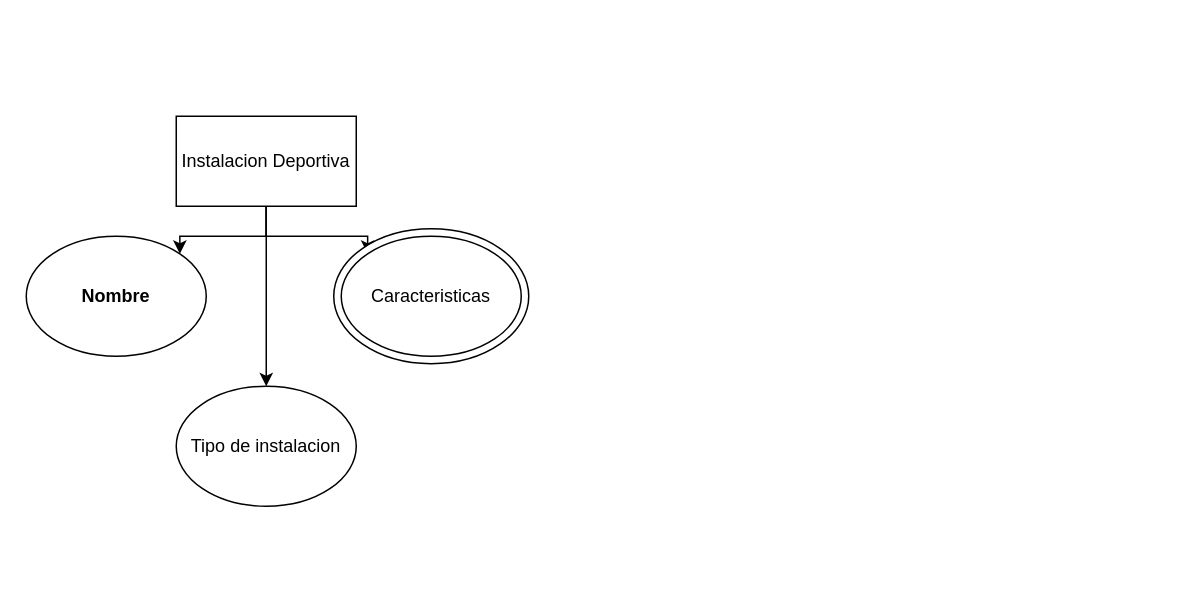
The draw.io diagram reservaInstalacionesDeportivas.drawio in jhosebro/Bases-de-datos, before the edit. Source tidied: cells renumbered, new cells numbered last; positions are measured from the earlier drawing's top-left corner, leaving out a move shared by most shapes. Both pictures are drawn from the tidied source at 150%, with x=0, y=0 at pixel (26, 116).
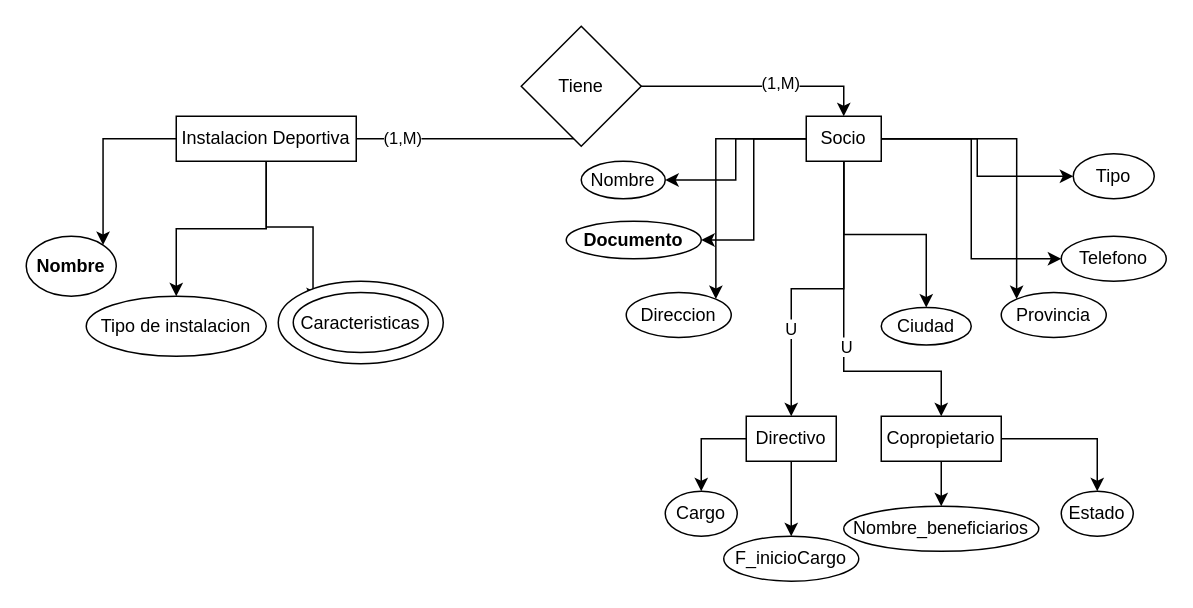
The same diagram, later.

What changed in the source:
```diff
@@
+    <mxCell id="10" style="edgeStyle=orthogonalEdgeStyle;rounded=0;jettySize=auto;html=1;entryX=0.5;entryY=0;entryDx=0;entryDy=0;" parent="1" edge="1" source="5" target="24">
+      <mxGeometry relative="1" as="geometry" />
+    </mxCell>
+    <mxCell id="11" value="(1,M)" style="edgeLabel;html=1;align=center;verticalAlign=middle;" parent="10" vertex="1">
+      <mxGeometry x="0.67" y="3" relative="1" as="geometry" />
+    </mxCell>
+    <mxCell id="12" value="(1,M)" style="edgeLabel;html=1;align=center;verticalAlign=middle;" parent="10" vertex="1">
+      <mxGeometry x="-0.84" y="1" relative="1" as="geometry" />
+    </mxCell>
     <mxCell id="5" value="Instalacion Deportiva" style="rounded=0;whiteSpace=wrap;html=1;" parent="1" vertex="1">
-      <mxGeometry x="100" width="120" height="60" as="geometry" />
+      <mxGeometry x="100" width="120" height="30" as="geometry" />
     </mxCell>
     <mxCell id="6" value="&lt;b&gt;Nombre&lt;/b&gt;" style="ellipse;whiteSpace=wrap;html=1;" parent="1" vertex="1">
-      <mxGeometry y="80" width="120" height="80" as="geometry" />
+      <mxGeometry y="80" width="60" height="40" as="geometry" />
     </mxCell>
     <mxCell id="7" value="Tipo de instalacion" style="ellipse;whiteSpace=wrap;html=1;" parent="1" vertex="1">
-      <mxGeometry x="100" y="180" width="120" height="80" as="geometry" />
+      <mxGeometry x="40" y="120" width="120" height="40" as="geometry" />
     </mxCell>
     <mxCell id="8" style="ellipse;whiteSpace=wrap;html=1;" parent="1" vertex="1">
-      <mxGeometry x="205" y="75" width="130" height="90" as="geometry" />
+      <mxGeometry x="168" y="110" width="110" height="55" as="geometry" />
     </mxCell>
     <mxCell id="9" value="Caracteristicas" style="ellipse;whiteSpace=wrap;html=1;" parent="1" vertex="1">
-      <mxGeometry x="210" y="80" width="120" height="80" as="geometry" />
+      <mxGeometry x="178" y="117.5" width="90" height="40" as="geometry" />
     </mxCell>
+    <mxCell id="13" style="edgeStyle=orthogonalEdgeStyle;rounded=0;jettySize=auto;html=1;entryX=1;entryY=0.5;entryDx=0;entryDy=0;" parent="1" edge="1" source="24" target="30">
+      <mxGeometry relative="1" as="geometry" />
+    </mxCell>
+    <mxCell id="14" style="edgeStyle=orthogonalEdgeStyle;rounded=0;jettySize=auto;html=1;entryX=1;entryY=0.5;entryDx=0;entryDy=0;" parent="1" edge="1" source="24" target="25">
+      <mxGeometry relative="1" as="geometry" />
+    </mxCell>
+    <mxCell id="15" style="edgeStyle=orthogonalEdgeStyle;rounded=0;jettySize=auto;html=1;entryX=1;entryY=0;entryDx=0;entryDy=0;" parent="1" edge="1" source="24" target="26">
+      <mxGeometry relative="1" as="geometry" />
+    </mxCell>
+    <mxCell id="16" style="edgeStyle=orthogonalEdgeStyle;rounded=0;jettySize=auto;html=1;entryX=0.5;entryY=0;entryDx=0;entryDy=0;" parent="1" edge="1" source="24" target="27">
+      <mxGeometry relative="1" as="geometry" />
+    </mxCell>
+    <mxCell id="17" style="edgeStyle=orthogonalEdgeStyle;rounded=0;jettySize=auto;html=1;entryX=0;entryY=0;entryDx=0;entryDy=0;" parent="1" edge="1" source="24" target="28">
+      <mxGeometry relative="1" as="geometry" />
+    </mxCell>
+    <mxCell id="18" style="edgeStyle=orthogonalEdgeStyle;rounded=0;jettySize=auto;html=1;entryX=0;entryY=0.5;entryDx=0;entryDy=0;" parent="1" edge="1" source="24" target="29">
+      <mxGeometry relative="1" as="geometry" />
+    </mxCell>
+    <mxCell id="19" style="edgeStyle=orthogonalEdgeStyle;rounded=0;jettySize=auto;html=1;entryX=0;entryY=0.5;entryDx=0;entryDy=0;" parent="1" edge="1" source="24" target="31">
+      <mxGeometry relative="1" as="geometry" />
+    </mxCell>
+    <mxCell id="20" style="edgeStyle=orthogonalEdgeStyle;rounded=0;jettySize=auto;html=1;" parent="1" edge="1" source="24" target="35">
+      <mxGeometry relative="1" as="geometry" />
+    </mxCell>
+    <mxCell id="21" value="U" style="edgeLabel;html=1;align=center;verticalAlign=middle;" parent="20" vertex="1">
+      <mxGeometry x="0.42" y="-1" relative="1" as="geometry" />
+    </mxCell>
+    <mxCell id="22" style="edgeStyle=orthogonalEdgeStyle;rounded=0;jettySize=auto;html=1;entryX=0.5;entryY=0;entryDx=0;entryDy=0;" parent="1" edge="1" source="24" target="38">
+      <mxGeometry relative="1" as="geometry">
+        <Array as="points">
+          <mxPoint x="545" y="170" />
+          <mxPoint x="610" y="170" />
+        </Array>
+      </mxGeometry>
+    </mxCell>
+    <mxCell id="23" value="U" style="edgeLabel;html=1;align=center;verticalAlign=middle;" parent="22" vertex="1">
+      <mxGeometry x="0.41" y="-2" relative="1" as="geometry">
+        <mxPoint x="-25" y="-19" as="offset" />
+      </mxGeometry>
+    </mxCell>
+    <mxCell id="24" value="Socio" style="rounded=0;whiteSpace=wrap;html=1;" parent="1" vertex="1">
+      <mxGeometry x="520" width="50" height="30" as="geometry" />
+    </mxCell>
+    <mxCell id="25" value="&lt;b&gt;Documento&lt;/b&gt;" style="ellipse;whiteSpace=wrap;html=1;" parent="1" vertex="1">
+      <mxGeometry x="360" y="70" width="90" height="25" as="geometry" />
+    </mxCell>
+    <mxCell id="26" value="Direccion" style="ellipse;whiteSpace=wrap;html=1;" parent="1" vertex="1">
+      <mxGeometry x="400" y="117.5" width="70" height="30" as="geometry" />
+    </mxCell>
+    <mxCell id="27" value="Ciudad" style="ellipse;whiteSpace=wrap;html=1;" parent="1" vertex="1">
+      <mxGeometry x="570" y="127.5" width="60" height="25" as="geometry" />
+    </mxCell>
+    <mxCell id="28" value="Provincia" style="ellipse;whiteSpace=wrap;html=1;" parent="1" vertex="1">
+      <mxGeometry x="650" y="117.5" width="70" height="30" as="geometry" />
+    </mxCell>
+    <mxCell id="29" value="Telefono" style="ellipse;whiteSpace=wrap;html=1;" parent="1" vertex="1">
+      <mxGeometry x="690" y="80" width="70" height="30" as="geometry" />
+    </mxCell>
+    <mxCell id="30" value="Nombre" style="ellipse;whiteSpace=wrap;html=1;" parent="1" vertex="1">
+      <mxGeometry x="370" y="30" width="56" height="25" as="geometry" />
+    </mxCell>
+    <mxCell id="31" value="Tipo" style="ellipse;whiteSpace=wrap;html=1;" parent="1" vertex="1">
+      <mxGeometry x="698" y="25" width="54" height="30" as="geometry" />
+    </mxCell>
+    <mxCell id="32" value="Tiene" style="rhombus;whiteSpace=wrap;html=1;" parent="1" vertex="1">
+      <mxGeometry x="330" y="-60" width="80" height="80" as="geometry" />
+    </mxCell>
+    <mxCell id="33" style="edgeStyle=orthogonalEdgeStyle;rounded=0;jettySize=auto;html=1;entryX=0.5;entryY=0;entryDx=0;entryDy=0;" parent="1" edge="1" source="35" target="39">
+      <mxGeometry relative="1" as="geometry" />
+    </mxCell>
+    <mxCell id="34" style="edgeStyle=orthogonalEdgeStyle;rounded=0;jettySize=auto;html=1;entryX=0.5;entryY=0;entryDx=0;entryDy=0;" parent="1" edge="1" source="35" target="40">
+      <mxGeometry relative="1" as="geometry" />
+    </mxCell>
+    <mxCell id="35" value="Directivo" style="rounded=0;whiteSpace=wrap;html=1;" parent="1" vertex="1">
+      <mxGeometry x="480" y="200" width="60" height="30" as="geometry" />
+    </mxCell>
+    <mxCell id="36" style="edgeStyle=orthogonalEdgeStyle;rounded=0;jettySize=auto;html=1;entryX=0.5;entryY=0;entryDx=0;entryDy=0;" parent="1" edge="1" source="38" target="41">
+      <mxGeometry relative="1" as="geometry" />
+    </mxCell>
+    <mxCell id="37" style="edgeStyle=orthogonalEdgeStyle;rounded=0;jettySize=auto;html=1;entryX=0.5;entryY=0;entryDx=0;entryDy=0;" parent="1" edge="1" source="38" target="42">
+      <mxGeometry relative="1" as="geometry" />
+    </mxCell>
+    <mxCell id="38" value="Copropietario" style="rounded=0;whiteSpace=wrap;html=1;" parent="1" vertex="1">
+      <mxGeometry x="570" y="200" width="80" height="30" as="geometry" />
+    </mxCell>
+    <mxCell id="39" value="Cargo" style="ellipse;whiteSpace=wrap;html=1;" parent="1" vertex="1">
+      <mxGeometry x="426" y="250" width="48" height="30" as="geometry" />
+    </mxCell>
+    <mxCell id="40" value="F_inicioCargo" style="ellipse;whiteSpace=wrap;html=1;" parent="1" vertex="1">
+      <mxGeometry x="465" y="280" width="90" height="30" as="geometry" />
+    </mxCell>
+    <mxCell id="41" value="Nombre_beneficiarios" style="ellipse;whiteSpace=wrap;html=1;" parent="1" vertex="1">
+      <mxGeometry x="545" y="260" width="130" height="30" as="geometry" />
+    </mxCell>
+    <mxCell id="42" value="Estado" style="ellipse;whiteSpace=wrap;html=1;" parent="1" vertex="1">
+      <mxGeometry x="690" y="250" width="48" height="30" as="geometry" />
+    </mxCell>
```
